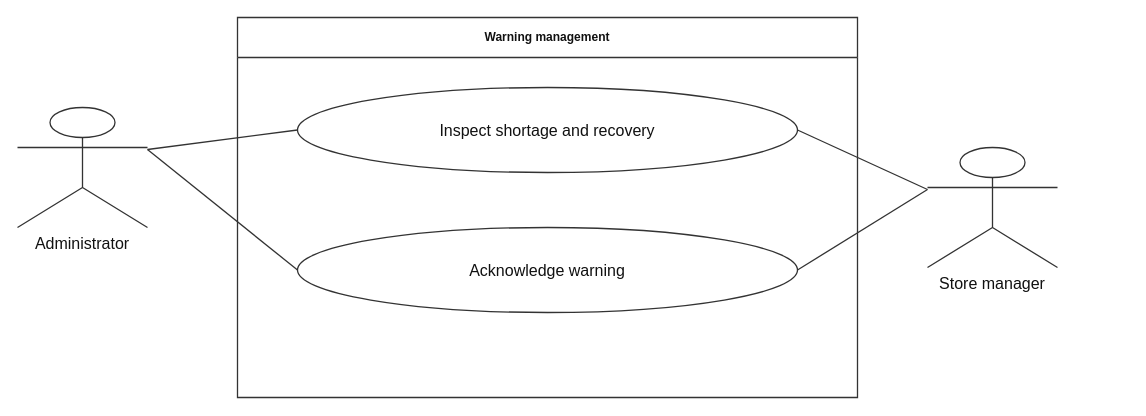
Earlier version of the draw.io diagram thesis/figure-assets/diagrams/04-uc-warning.drawio (ZeroRegister/SupermarketsSystem). Source tidied: cells renumbered, new cells numbered last; positions are measured from the earlier drawing's top-left corner, leaving out a move shared by most shapes. Both pictures are drawn from the tidied source at 100%, with x=0, y=0 at pixel (17, 17).
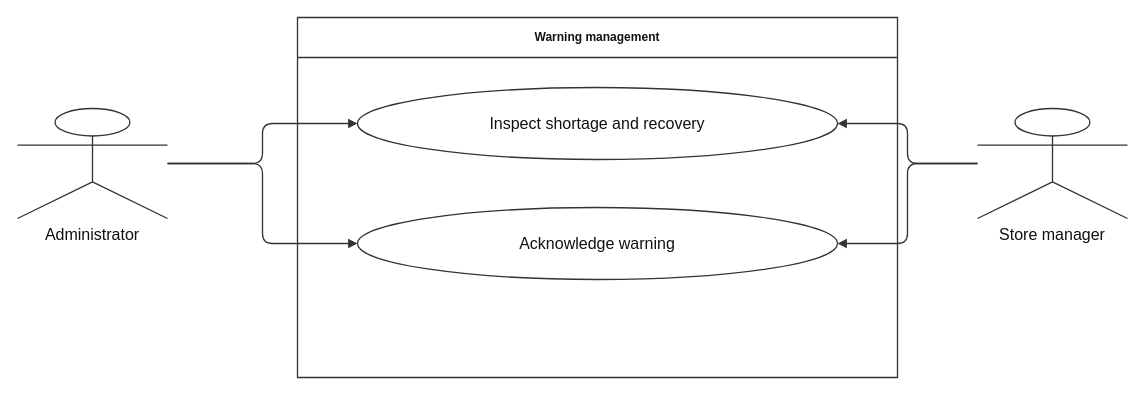
The same diagram, later.

What changed in the source:
```diff
@@
 <mxGraphModel background="#ffffff">
   <root>
     <mxCell id="0" />
     <mxCell id="1" parent="0" />
     <mxCell id="2" value="Warning management" style="whiteSpace=wrap;html=1;fontFamily=Arial;fontSize=16;fontColor=#111111;strokeColor=#333333;strokeWidth=1.3;rounded=0;fillColor=#ffffff;swimlane;startSize=40;fontStyle=1;" parent="1" vertex="1">
-      <mxGeometry x="220" width="620" height="380" as="geometry" />
+      <mxGeometry x="280" width="600" height="360" as="geometry" />
     </mxCell>
     <mxCell id="3" value="Inspect shortage and recovery" style="whiteSpace=wrap;html=1;fontFamily=Arial;fontSize=16;fontColor=#111111;strokeColor=#333333;strokeWidth=1.3;rounded=0;fillColor=#ffffff;ellipse;" parent="2" vertex="1">
-      <mxGeometry x="60" y="70" width="500" height="85" as="geometry" />
+      <mxGeometry x="60" y="70" width="480" height="72" as="geometry" />
     </mxCell>
     <mxCell id="4" value="Acknowledge warning" style="whiteSpace=wrap;html=1;fontFamily=Arial;fontSize=16;fontColor=#111111;strokeColor=#333333;strokeWidth=1.3;rounded=0;fillColor=#ffffff;ellipse;" parent="2" vertex="1">
-      <mxGeometry x="60" y="210" width="500" height="85" as="geometry" />
+      <mxGeometry x="60" y="190" width="480" height="72" as="geometry" />
     </mxCell>
     <mxCell id="5" value="Administrator" style="whiteSpace=wrap;html=1;fontFamily=Arial;fontSize=16;fontColor=#111111;strokeColor=#333333;strokeWidth=1.3;rounded=0;fillColor=#ffffff;shape=umlActor;verticalLabelPosition=bottom;verticalAlign=top;" parent="1" vertex="1">
-      <mxGeometry y="90" width="130" height="120" as="geometry" />
+      <mxGeometry y="91" width="150" height="110" as="geometry" />
     </mxCell>
-    <mxCell id="6" style="whiteSpace=wrap;html=1;fontFamily=Arial;fontSize=16;fontColor=#111111;strokeColor=#333333;strokeWidth=1.3;edgeStyle=orthogonalEdgeStyle;rounded=1;jettySize=auto;fontSize=13;whiteSpace=nowrap;labelBackgroundColor=#ffffff;endArrow=block;endFill=1;edgeStyle=none;endArrow=none;exitX=1;exitY=0.35;exitPerimeter=0;entryX=0;entryY=0.5;" parent="1" edge="1" source="5" target="3">
+    <mxCell id="6" style="whiteSpace=wrap;html=1;fontFamily=Arial;fontSize=16;fontColor=#111111;strokeColor=#333333;strokeWidth=1.3;edgeStyle=orthogonalEdgeStyle;rounded=1;jettySize=auto;fontSize=13;whiteSpace=nowrap;labelBackgroundColor=#ffffff;endArrow=block;endFill=1;edgeStyle=orthogonalEdgeStyle;rounded=1;jettySize=auto;exitX=1;exitY=0.5;entryX=0;entryY=0.5;" parent="1" edge="1" source="5" target="3">
       <mxGeometry relative="1" as="geometry" />
     </mxCell>
-    <mxCell id="7" style="whiteSpace=wrap;html=1;fontFamily=Arial;fontSize=16;fontColor=#111111;strokeColor=#333333;strokeWidth=1.3;edgeStyle=orthogonalEdgeStyle;rounded=1;jettySize=auto;fontSize=13;whiteSpace=nowrap;labelBackgroundColor=#ffffff;endArrow=block;endFill=1;edgeStyle=none;endArrow=none;exitX=1;exitY=0.35;exitPerimeter=0;entryX=0;entryY=0.5;" parent="1" edge="1" source="5" target="4">
+    <mxCell id="7" style="whiteSpace=wrap;html=1;fontFamily=Arial;fontSize=16;fontColor=#111111;strokeColor=#333333;strokeWidth=1.3;edgeStyle=orthogonalEdgeStyle;rounded=1;jettySize=auto;fontSize=13;whiteSpace=nowrap;labelBackgroundColor=#ffffff;endArrow=block;endFill=1;edgeStyle=orthogonalEdgeStyle;rounded=1;jettySize=auto;exitX=1;exitY=0.5;entryX=0;entryY=0.5;" parent="1" edge="1" source="5" target="4">
       <mxGeometry relative="1" as="geometry" />
     </mxCell>
     <mxCell id="8" value="Store manager" style="whiteSpace=wrap;html=1;fontFamily=Arial;fontSize=16;fontColor=#111111;strokeColor=#333333;strokeWidth=1.3;rounded=0;fillColor=#ffffff;shape=umlActor;verticalLabelPosition=bottom;verticalAlign=top;" parent="1" vertex="1">
-      <mxGeometry x="910" y="130" width="130" height="120" as="geometry" />
+      <mxGeometry x="960" y="91" width="150" height="110" as="geometry" />
     </mxCell>
-    <mxCell id="9" style="whiteSpace=wrap;html=1;fontFamily=Arial;fontSize=16;fontColor=#111111;strokeColor=#333333;strokeWidth=1.3;edgeStyle=orthogonalEdgeStyle;rounded=1;jettySize=auto;fontSize=13;whiteSpace=nowrap;labelBackgroundColor=#ffffff;endArrow=block;endFill=1;edgeStyle=none;endArrow=none;exitX=0;exitY=0.35;exitPerimeter=0;entryX=1;entryY=0.5;" parent="1" edge="1" source="8" target="3">
+    <mxCell id="9" style="whiteSpace=wrap;html=1;fontFamily=Arial;fontSize=16;fontColor=#111111;strokeColor=#333333;strokeWidth=1.3;edgeStyle=orthogonalEdgeStyle;rounded=1;jettySize=auto;fontSize=13;whiteSpace=nowrap;labelBackgroundColor=#ffffff;endArrow=block;endFill=1;edgeStyle=orthogonalEdgeStyle;rounded=1;jettySize=auto;exitX=0;exitY=0.5;entryX=1;entryY=0.5;" parent="1" edge="1" source="8" target="3">
       <mxGeometry relative="1" as="geometry" />
     </mxCell>
-    <mxCell id="10" style="whiteSpace=wrap;html=1;fontFamily=Arial;fontSize=16;fontColor=#111111;strokeColor=#333333;strokeWidth=1.3;edgeStyle=orthogonalEdgeStyle;rounded=1;jettySize=auto;fontSize=13;whiteSpace=nowrap;labelBackgroundColor=#ffffff;endArrow=block;endFill=1;edgeStyle=none;endArrow=none;exitX=0;exitY=0.35;exitPerimeter=0;entryX=1;entryY=0.5;" parent="1" edge="1" source="8" target="4">
+    <mxCell id="10" style="whiteSpace=wrap;html=1;fontFamily=Arial;fontSize=16;fontColor=#111111;strokeColor=#333333;strokeWidth=1.3;edgeStyle=orthogonalEdgeStyle;rounded=1;jettySize=auto;fontSize=13;whiteSpace=nowrap;labelBackgroundColor=#ffffff;endArrow=block;endFill=1;edgeStyle=orthogonalEdgeStyle;rounded=1;jettySize=auto;exitX=0;exitY=0.5;entryX=1;entryY=0.5;" parent="1" edge="1" source="8" target="4">
       <mxGeometry relative="1" as="geometry" />
     </mxCell>
   </root>
 </mxGraphModel>
```
